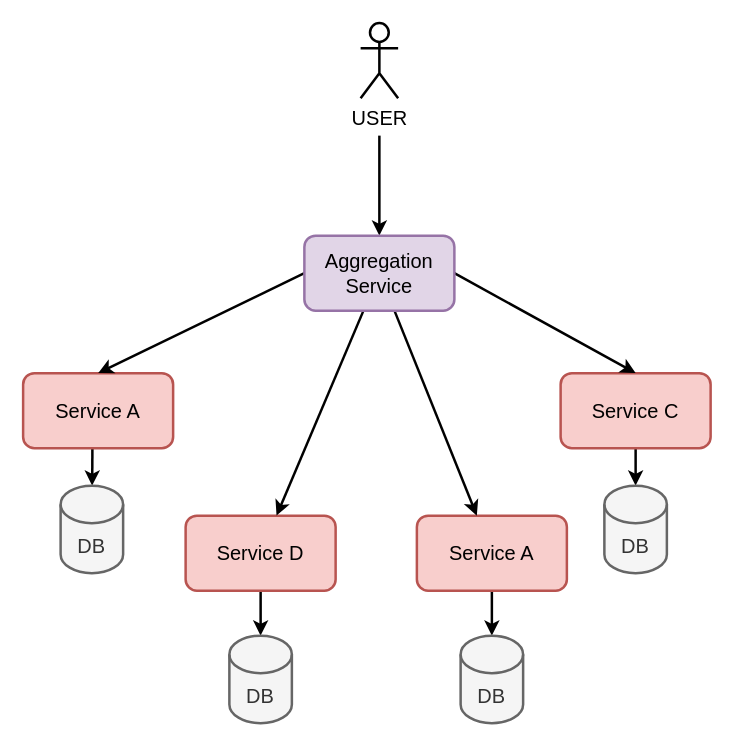
stupnikov/distributed-systems-lectures keeps this draw.io diagram as декомпозиция на микросервисы/draw.io/Aggregation Service.drawio. Above is the earlier version. Source tidied: cells renumbered, new cells numbered last; positions are measured from the earlier drawing's top-left corner, leaving out a move shared by most shapes. Both pictures are drawn from the tidied source at 125%, with x=0, y=0 at pixel (22, 22).
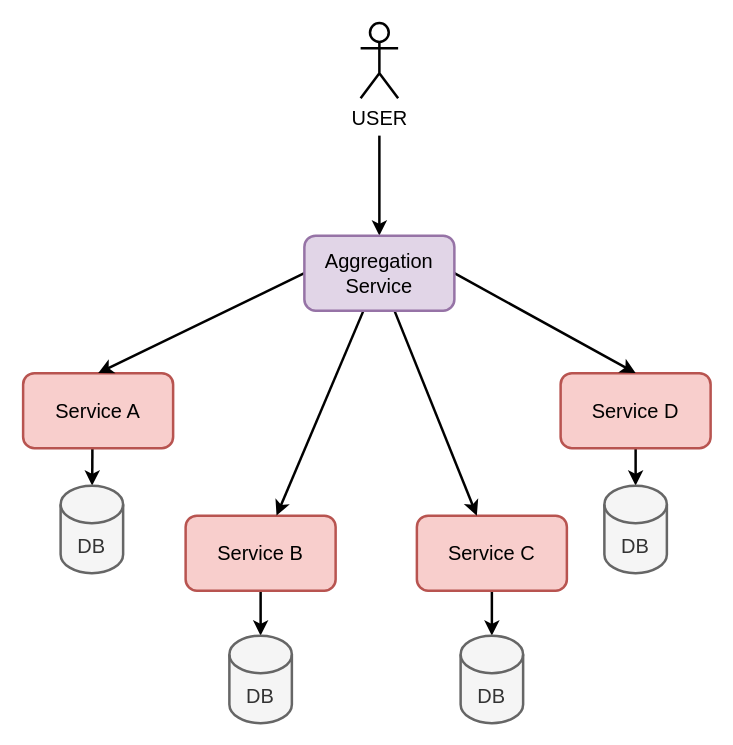
Above is the later version.

Change to the diagram source:
```diff
@@
-    <mxCell id="7" value="Service A" style="rounded=1;whiteSpace=wrap;html=1;fontSize=16;strokeWidth=2;fillColor=#f8cecc;strokeColor=#b85450;" parent="1" vertex="1">
+    <mxCell id="7" value="Service C" style="rounded=1;whiteSpace=wrap;html=1;fontSize=16;strokeWidth=2;fillColor=#f8cecc;strokeColor=#b85450;" parent="1" vertex="1">
       <mxGeometry x="315" y="394" width="120" height="60" as="geometry" />
     </mxCell>
@@
-    <mxCell id="9" value="Service C" style="rounded=1;whiteSpace=wrap;html=1;fontSize=16;strokeWidth=2;fillColor=#f8cecc;strokeColor=#b85450;" parent="1" vertex="1">
+    <mxCell id="9" value="Service D" style="rounded=1;whiteSpace=wrap;html=1;fontSize=16;strokeWidth=2;fillColor=#f8cecc;strokeColor=#b85450;" parent="1" vertex="1">
       <mxGeometry x="430" y="280" width="120" height="60" as="geometry" />
     </mxCell>
@@
-    <mxCell id="11" value="Service D" style="rounded=1;whiteSpace=wrap;html=1;fontSize=16;strokeWidth=2;fillColor=#f8cecc;strokeColor=#b85450;" parent="1" vertex="1">
+    <mxCell id="11" value="Service B" style="rounded=1;whiteSpace=wrap;html=1;fontSize=16;strokeWidth=2;fillColor=#f8cecc;strokeColor=#b85450;" parent="1" vertex="1">
       <mxGeometry x="130" y="394" width="120" height="60" as="geometry" />
     </mxCell>
```
